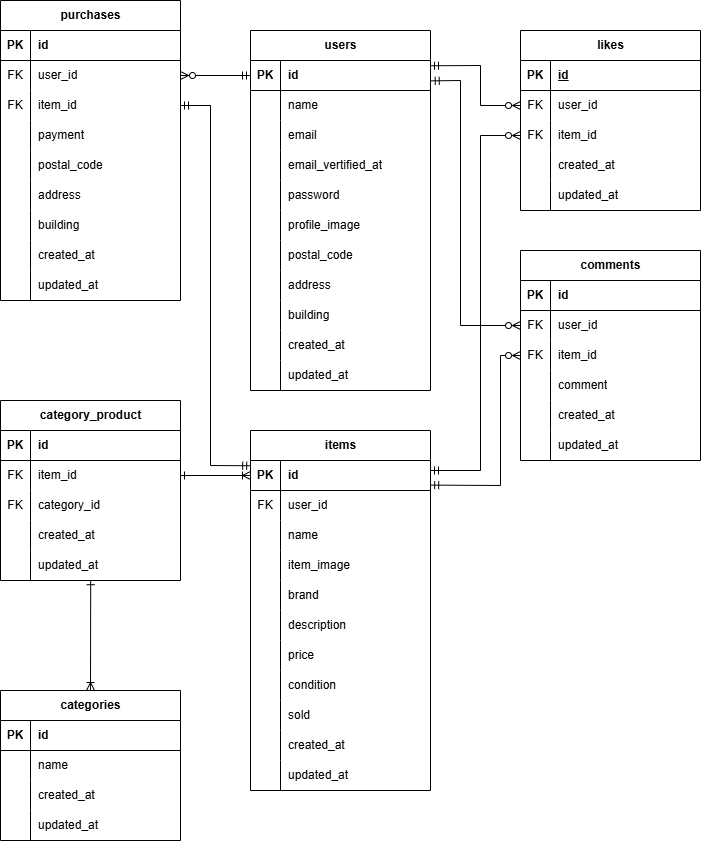
yusei8901/free-market-app keeps this draw.io diagram as freemarketapp.drawio.png. Above is the earlier version. Source tidied: cells renumbered, new cells last; positions are measured from the earlier drawing's top-left corner, leaving out a move shared by most shapes.
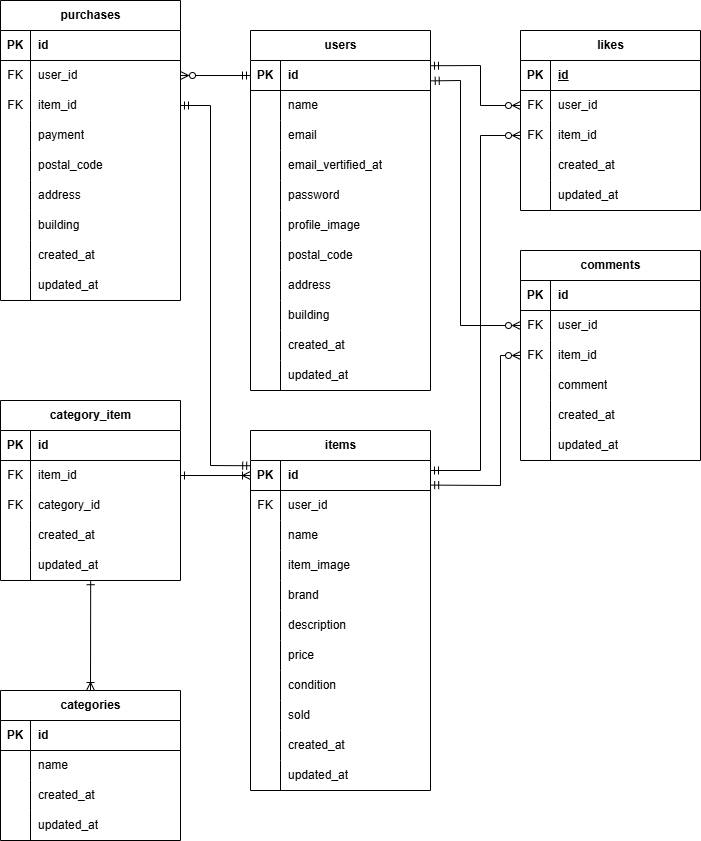
The same diagram one commit later.

Change to the diagram source:
```diff
@@ -263,7 +263,7 @@
     <mxCell id="88" value="updated_at" style="shape=partialRectangle;fillColor=none;top=0;left=0;bottom=0;right=0;align=left;spacingLeft=6;overflow=hidden;whiteSpace=wrap;html=1;" parent="86" vertex="1">
       <mxGeometry x="30" width="150" height="30" as="geometry" />
     </mxCell>
-    <mxCell id="89" value="category_product" style="shape=table;startSize=30;rowLines=0;fontStyle=1;align=center;html=1;" parent="1" vertex="1">
+    <mxCell id="89" value="category_item" style="shape=table;startSize=30;rowLines=0;fontStyle=1;align=center;html=1;" parent="1" vertex="1">
       <mxGeometry y="400" width="180" height="180" as="geometry" />
     </mxCell>
     <mxCell id="90" style="shape=tableRow;horizontal=0;startSize=0;swimlaneHead=0;swimlaneBody=0;fillColor=none;top=0;left=0;right=0;bottom=1;" parent="89" vertex="1">
```
